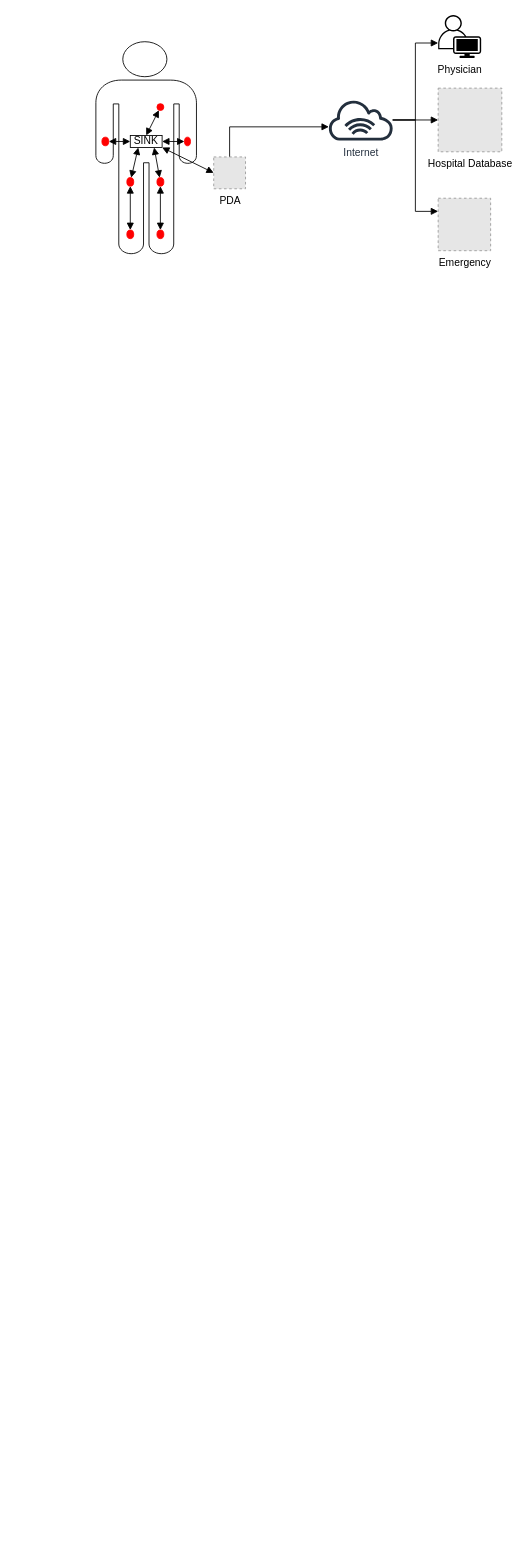
Above: synopsis.drawio in filzahamjad/DataminingSynopsis_Figures (draw.io), before the change. Source tidied: cells renumbered, new cells numbered last; positions are measured from the earlier drawing's top-left corner, leaving out a move shared by most shapes. Both pictures are drawn from the tidied source at 86%, with x=0, y=0 at pixel (95, 15). Pictures stored in the file or linked from it are replaced by grey dashed boxes.
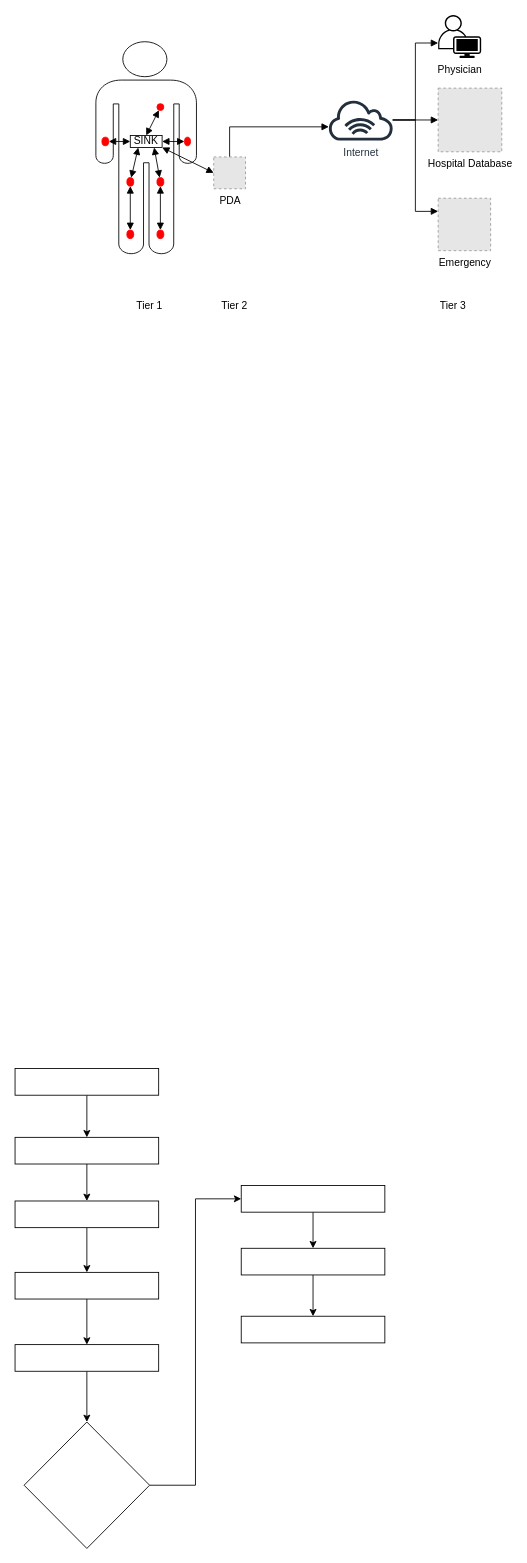
Above is the later version.

The edit, as a diff of the source:
```diff
@@
+    <mxCell id="28" value="Tier 1" style="text;html=1;align=center;verticalAlign=middle;strokeColor=none;fillColor=none;" parent="1" vertex="1">
+      <mxGeometry x="38" y="325" width="48" height="26" as="geometry" />
+    </mxCell>
+    <mxCell id="29" value="Tier 2" style="text;html=1;align=center;verticalAlign=middle;strokeColor=none;fillColor=none;" parent="1" vertex="1">
+      <mxGeometry x="137" y="325" width="48" height="26" as="geometry" />
+    </mxCell>
+    <mxCell id="30" value="Tier 3" style="text;html=1;align=center;verticalAlign=middle;strokeColor=none;fillColor=none;" parent="1" vertex="1">
+      <mxGeometry x="391" y="325" width="48" height="26" as="geometry" />
+    </mxCell>
+    <mxCell id="31" style="edgeStyle=orthogonalEdgeStyle;rounded=0;jettySize=auto;html=1;" parent="1" edge="1" source="32" target="34">
+      <mxGeometry relative="1" as="geometry" />
+    </mxCell>
+    <mxCell id="32" style="rounded=0;whiteSpace=wrap;html=1;" parent="1" vertex="1">
+      <mxGeometry x="169" y="1361" width="167" height="31" as="geometry" />
+    </mxCell>
+    <mxCell id="33" style="edgeStyle=orthogonalEdgeStyle;rounded=0;jettySize=auto;html=1;entryX=0.5;entryY=0;entryDx=0;entryDy=0;" parent="1" edge="1" source="34" target="35">
+      <mxGeometry relative="1" as="geometry" />
+    </mxCell>
+    <mxCell id="34" style="rounded=0;whiteSpace=wrap;html=1;" parent="1" vertex="1">
+      <mxGeometry x="169" y="1434" width="167" height="31" as="geometry" />
+    </mxCell>
+    <mxCell id="35" style="rounded=0;whiteSpace=wrap;html=1;" parent="1" vertex="1">
+      <mxGeometry x="169" y="1513" width="167" height="31" as="geometry" />
+    </mxCell>
+    <mxCell id="36" style="edgeStyle=orthogonalEdgeStyle;rounded=0;jettySize=auto;html=1;entryX=0.5;entryY=0;entryDx=0;entryDy=0;" parent="1" edge="1" source="37" target="47">
+      <mxGeometry relative="1" as="geometry" />
+    </mxCell>
+    <mxCell id="37" style="rounded=0;whiteSpace=wrap;html=1;" parent="1" vertex="1">
+      <mxGeometry x="-94" y="1546" width="167" height="31" as="geometry" />
+    </mxCell>
+    <mxCell id="38" style="edgeStyle=orthogonalEdgeStyle;rounded=0;jettySize=auto;html=1;entryX=0.5;entryY=0;entryDx=0;entryDy=0;" parent="1" edge="1" source="39" target="37">
+      <mxGeometry relative="1" as="geometry" />
+    </mxCell>
+    <mxCell id="39" style="rounded=0;whiteSpace=wrap;html=1;" parent="1" vertex="1">
+      <mxGeometry x="-94" y="1462" width="167" height="31" as="geometry" />
+    </mxCell>
+    <mxCell id="40" style="edgeStyle=orthogonalEdgeStyle;rounded=0;jettySize=auto;html=1;entryX=0.5;entryY=0;entryDx=0;entryDy=0;" parent="1" edge="1" source="41" target="39">
+      <mxGeometry relative="1" as="geometry" />
+    </mxCell>
+    <mxCell id="41" style="rounded=0;whiteSpace=wrap;html=1;" parent="1" vertex="1">
+      <mxGeometry x="-94" y="1379" width="167" height="31" as="geometry" />
+    </mxCell>
+    <mxCell id="42" style="edgeStyle=orthogonalEdgeStyle;rounded=0;jettySize=auto;html=1;" parent="1" edge="1" source="43" target="41">
+      <mxGeometry relative="1" as="geometry" />
+    </mxCell>
+    <mxCell id="43" style="rounded=0;whiteSpace=wrap;html=1;" parent="1" vertex="1">
+      <mxGeometry x="-94" y="1305" width="167" height="31" as="geometry" />
+    </mxCell>
+    <mxCell id="44" style="edgeStyle=orthogonalEdgeStyle;rounded=0;jettySize=auto;html=1;" parent="1" edge="1" source="45" target="43">
+      <mxGeometry relative="1" as="geometry" />
+    </mxCell>
+    <mxCell id="45" style="rounded=0;whiteSpace=wrap;html=1;" parent="1" vertex="1">
+      <mxGeometry x="-94" y="1225" width="167" height="31" as="geometry" />
+    </mxCell>
+    <mxCell id="46" style="edgeStyle=orthogonalEdgeStyle;rounded=0;jettySize=auto;html=1;entryX=0;entryY=0.5;entryDx=0;entryDy=0;" parent="1" edge="1" source="47" target="32">
+      <mxGeometry relative="1" as="geometry" />
+    </mxCell>
+    <mxCell id="47" style="rhombus;whiteSpace=wrap;html=1;" parent="1" vertex="1">
+      <mxGeometry x="-83.5" y="1636" width="146" height="147" as="geometry" />
+    </mxCell>
```
